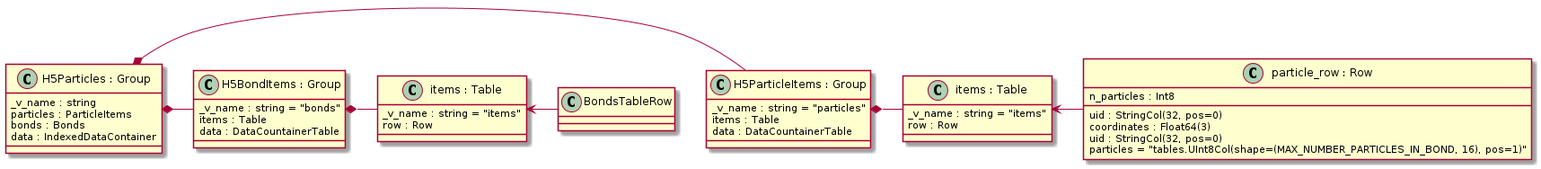
Before: doc/source/images/h5particles.png, a diagram exported from PlantUML (simphony/simphony-common). Its diagram source:
```plantuml
@startuml
class H5Particles as "H5Particles : Group" {
   _v_name : string
   particles : ParticleItems
   bonds : Bonds
   data : IndexedDataContainer
}

class H5ParticleItems as "H5ParticleItems : Group" {
   _v_name : string = "particles"
   items : Table
   data : DataCountainerTable
}

class H5BondItems as "H5BondItems : Group" {
   _v_name : string = "bonds"
   items : Table
   data : DataCountainerTable
}

H5Particles *- H5ParticleItems
H5Particles *- H5BondItems

class ParticleTable as "items : Table" {
   _v_name : string = "items"
   row : Row
}

class BondsTable as "items : Table" {
   _v_name : string = "items"
   row : Row
}

H5ParticleItems *- ParticleTable
H5BondItems *- BondsTable


class ParticleTableRow as "particle_row : Row" {
   uid : StringCol(32, pos=0)
   coordinates : Float64(3)
}

class ParticleTableRow as "particle_row : Row" {
   uid : StringCol(32, pos=0)
   particles = "tables.UInt8Col(shape=(MAX_NUMBER_PARTICLES_IN_BOND, 16), pos=1)"
   n_particles : Int8
}

ParticleTable <- ParticleTableRow
BondsTable <- BondsTableRow
@enduml
```
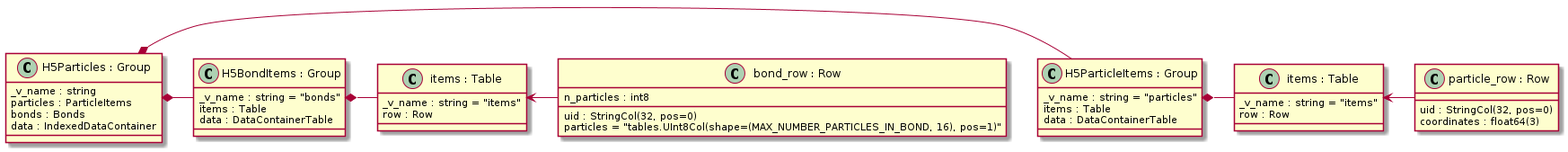
The same file after the commit.

Commit message:
New lattice diagram and updated images

The edit, as a diff of the source:
```diff
@@ -9,17 +9,14 @@
 class H5ParticleItems as "H5ParticleItems : Group" {
    _v_name : string = "particles"
    items : Table
-   data : DataCountainerTable
+   data : DataContainerTable
 }
 
 class H5BondItems as "H5BondItems : Group" {
    _v_name : string = "bonds"
    items : Table
-   data : DataCountainerTable
+   data : DataContainerTable
 }
-
-H5Particles *- H5ParticleItems
-H5Particles *- H5BondItems
 
 class ParticleTable as "items : Table" {
    _v_name : string = "items"
@@ -31,21 +28,23 @@
    row : Row
 }
 
+class ParticleTableRow as "particle_row : Row" {
+   uid : StringCol(32, pos=0)
+   coordinates : float64(3)
+}
+
+class BondTableRow as "bond_row : Row" {
+   uid : StringCol(32, pos=0)
+   particles = "tables.UInt8Col(shape=(MAX_NUMBER_PARTICLES_IN_BOND, 16), pos=1)"
+   n_particles : int8
+}
+
+H5Particles *- H5ParticleItems
+H5Particles *- H5BondItems
 H5ParticleItems *- ParticleTable
 H5BondItems *- BondsTable
 
+ParticleTable <- ParticleTableRow
+BondsTable <- BondTableRow
 
-class ParticleTableRow as "particle_row : Row" {
-   uid : StringCol(32, pos=0)
-   coordinates : Float64(3)
-}
-
-class ParticleTableRow as "particle_row : Row" {
-   uid : StringCol(32, pos=0)
-   particles = "tables.UInt8Col(shape=(MAX_NUMBER_PARTICLES_IN_BOND, 16), pos=1)"
-   n_particles : Int8
-}
-
-ParticleTable <- ParticleTableRow
-BondsTable <- BondsTableRow
 @enduml
```
